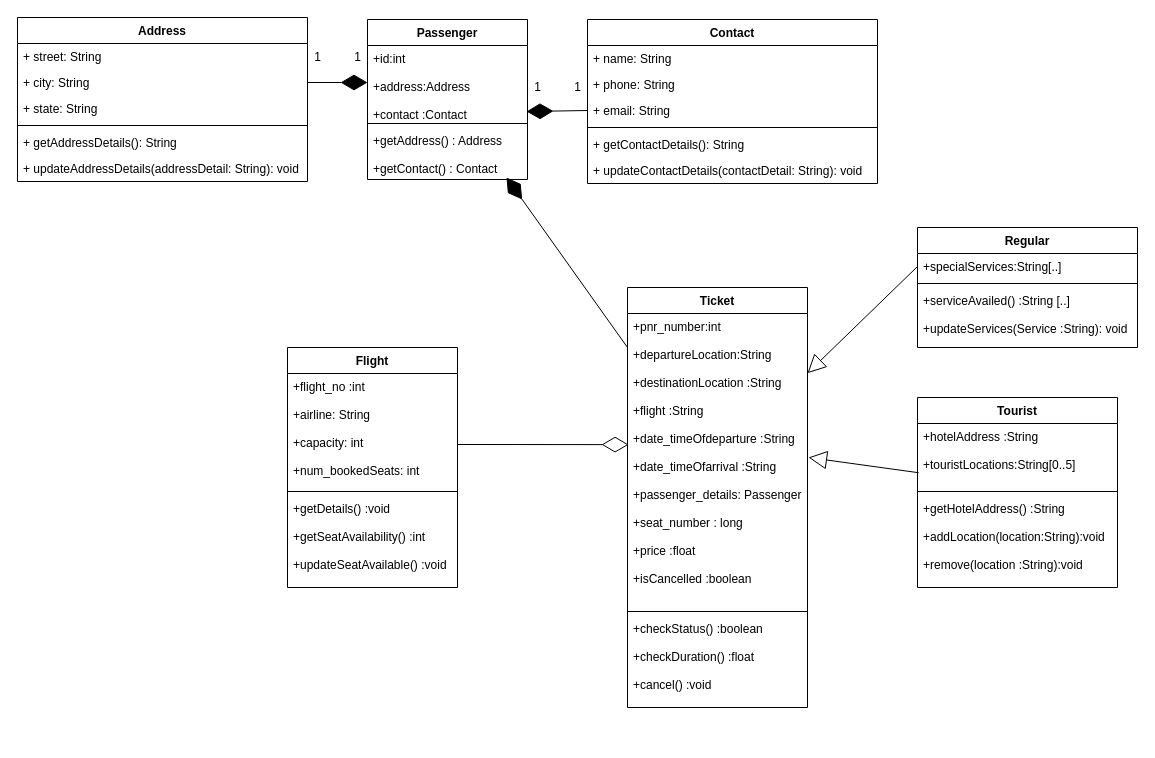
Above: flight_reservation.drawio in telsa-eapen/flight_reservation_system (draw.io), before the change. Source tidied: cells renumbered, new cells numbered last; positions are measured from the earlier drawing's top-left corner, leaving out a move shared by most shapes. Both pictures are drawn from the tidied source at 100%, with x=0, y=0 at pixel (17, 17).
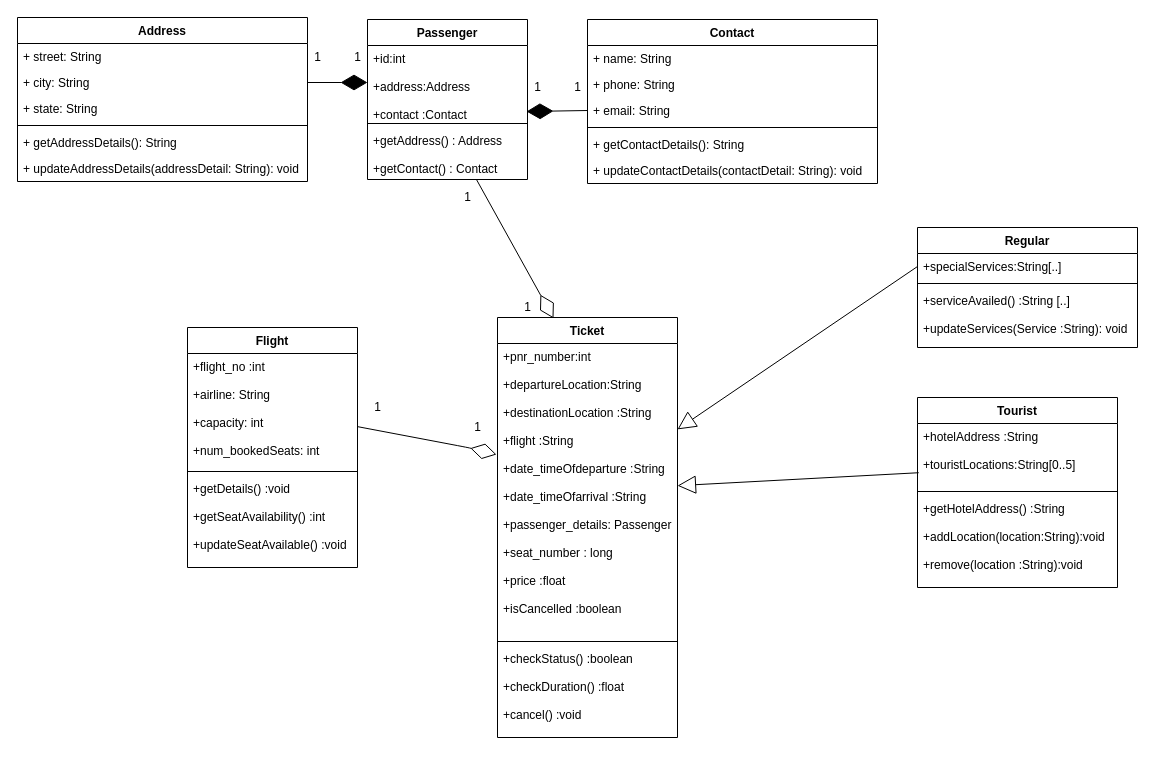
After the change.

Commit message (it also covers changes not shown here):
uml diagram

The change refers to these unchanged cells:
```xml
<mxCell id="3" value="+flight_no :int&#10;&#10;+airline: String&#10;&#10;+capacity: int&#10;&#10;+num_bookedSeats: int" style="text;strokeColor=none;fillColor=none;align=left;verticalAlign=top;spacingLeft=4;spacingRight=4;overflow=hidden;points=[[0,0.5],[1,0.5]];portConstraint=eastwest;" parent="2" vertex="1">
  <mxGeometry y="26" width="170" height="114" as="geometry" />
</mxCell>
<mxCell id="9" value="+getAddress() : Address&#10;&#10;+getContact() : Contact" style="text;strokeColor=none;fillColor=none;align=left;verticalAlign=top;spacingLeft=4;spacingRight=4;overflow=hidden;points=[[0,0.5],[1,0.5]];portConstraint=eastwest;" parent="6" vertex="1">
  <mxGeometry y="108" width="160" height="52" as="geometry" />
</mxCell>
<mxCell id="31" value="+pnr_number:int&#10;&#10;+departureLocation:String&#10;&#10;+destinationLocation :String&#10;&#10;+flight :String&#10;&#10;+date_timeOfdeparture :String&#10;&#10;+date_timeOfarrival :String&#10;&#10;+passenger_details: Passenger&#10;&#10;+seat_number : long&#10;&#10;+price :float&#10;&#10;+isCancelled :boolean&#10;" style="text;strokeColor=none;fillColor=none;align=left;verticalAlign=top;spacingLeft=4;spacingRight=4;overflow=hidden;points=[[0,0.5],[1,0.5]];portConstraint=eastwest;" parent="30" vertex="1">
  <mxGeometry y="26" width="180" height="294" as="geometry" />
</mxCell>
<mxCell id="35" value="+hotelAddress :String&#10;&#10;+touristLocations:String[0..5]" style="text;strokeColor=none;fillColor=none;align=left;verticalAlign=top;spacingLeft=4;spacingRight=4;overflow=hidden;points=[[0,0.5],[1,0.5]];portConstraint=eastwest;" parent="34" vertex="1">
  <mxGeometry y="26" width="200" height="64" as="geometry" />
</mxCell>
```

Change to the diagram source:
```diff
@@
     <mxCell id="2" value="Flight" style="swimlane;fontStyle=1;align=center;verticalAlign=top;horizontal=1;startSize=26;" parent="1" vertex="1">
-      <mxGeometry x="270" y="330" width="170" height="240" as="geometry" />
+      <mxGeometry x="170" y="310" width="170" height="240" as="geometry" />
     </mxCell>
@@
     <mxCell id="30" value="Ticket" style="swimlane;fontStyle=1;align=center;verticalAlign=top;horizontal=1;startSize=26;" parent="1" vertex="1">
-      <mxGeometry x="610" y="270" width="180" height="420" as="geometry" />
+      <mxGeometry x="480" y="300" width="180" height="420" as="geometry" />
     </mxCell>
@@
-    <mxCell id="43" style="endArrow=block;endSize=16;endFill=0;html=1;exitX=0.006;exitY=0.769;exitDx=0;exitDy=0;exitPerimeter=0;" parent="1" edge="1" source="35">
-      <mxGeometry relative="1" as="geometry">
-        <mxPoint x="791" y="440" as="targetPoint" />
-      </mxGeometry>
+    <mxCell id="43" style="endArrow=block;endSize=16;endFill=0;html=1;exitX=0.006;exitY=0.769;exitDx=0;exitDy=0;exitPerimeter=0;" parent="1" edge="1" source="35" target="31">
+      <mxGeometry relative="1" as="geometry" />
     </mxCell>
-    <mxCell id="44" style="endArrow=diamondThin;endFill=0;endSize=24;html=1;entryX=0.006;entryY=0.446;entryDx=0;entryDy=0;entryPerimeter=0;" parent="1" edge="1" target="31">
+    <mxCell id="44" style="endArrow=diamondThin;endFill=0;endSize=24;html=1;" parent="1" edge="1" source="3">
       <mxGeometry relative="1" as="geometry">
-        <mxPoint x="440" y="427" as="sourcePoint" />
+        <mxPoint x="479" y="437" as="targetPoint" />
+        <Array as="points">
+          <mxPoint x="450" y="430" />
+        </Array>
       </mxGeometry>
     </mxCell>
-    <mxCell id="45" style="endArrow=diamondThin;endFill=1;endSize=24;html=1;" parent="1" edge="1">
-      <mxGeometry relative="1" as="geometry">
-        <mxPoint x="610" y="330" as="sourcePoint" />
-        <mxPoint x="489" y="160" as="targetPoint" />
-      </mxGeometry>
-    </mxCell>
+    <mxCell id="46" style="endArrow=diamondThin;endFill=0;endSize=24;html=1;entryX=0.311;entryY=0.002;entryDx=0;entryDy=0;exitX=0.681;exitY=1;exitDx=0;exitDy=0;exitPerimeter=0;entryPerimeter=0;" parent="1" edge="1" source="9" target="30">
+      <mxGeometry relative="1" as="geometry" />
+    </mxCell>
+    <mxCell id="47" value="1" style="text;html=1;align=center;verticalAlign=middle;" parent="1" vertex="1">
+      <mxGeometry x="440" y="170" width="20" height="20" as="geometry" />
+    </mxCell>
+    <mxCell id="48" value="1" style="text;html=1;align=center;verticalAlign=middle;" parent="1" vertex="1">
+      <mxGeometry x="350" y="380" width="20" height="20" as="geometry" />
+    </mxCell>
+    <mxCell id="49" value="1" style="text;html=1;align=center;verticalAlign=middle;" parent="1" vertex="1">
+      <mxGeometry x="450" y="400" width="20" height="20" as="geometry" />
+    </mxCell>
+    <mxCell id="50" value="1" style="text;html=1;align=center;verticalAlign=middle;" parent="1" vertex="1">
+      <mxGeometry x="500" y="280" width="20" height="20" as="geometry" />
+    </mxCell>
```
